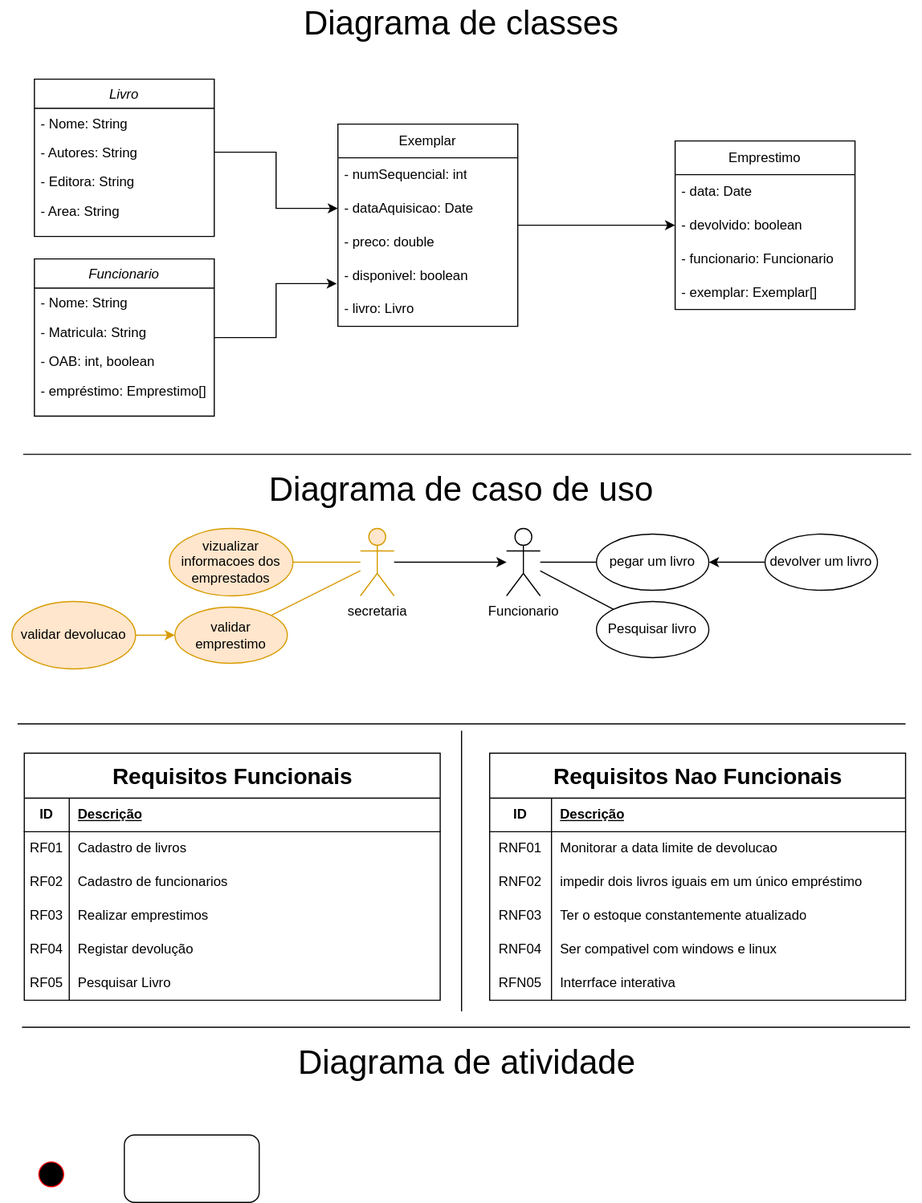
This is ExercicioDeFixacao.drawio.svg from Andra-sun/modelagem, a draw.io export, as it was before one commit. Source tidied: cells renumbered, new cells last; positions are measured from the earlier drawing's top-left corner, leaving out a move shared by most shapes.
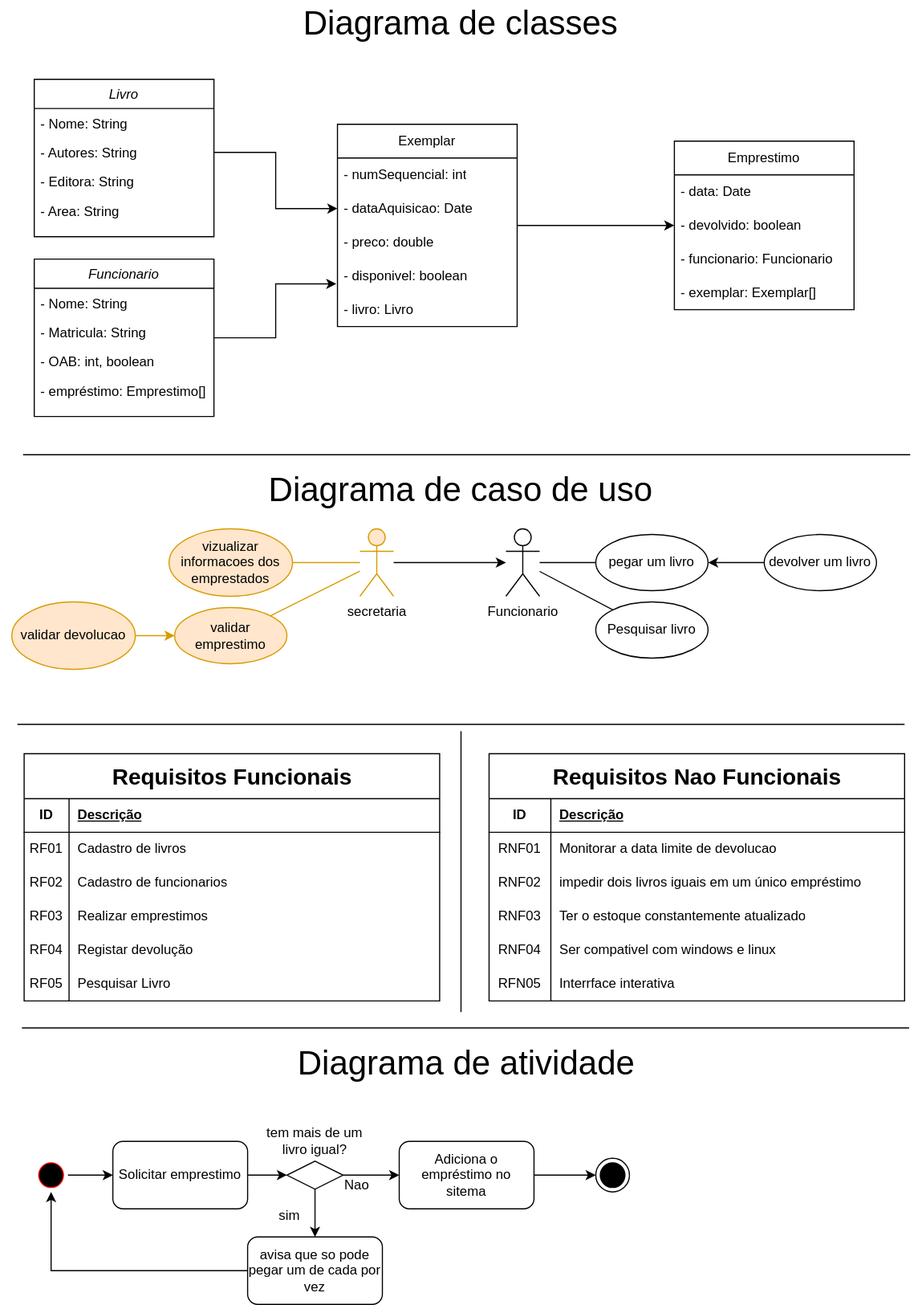
The same diagram one commit later.

What changed in the source:
```diff
@@ -254,11 +254,50 @@
     <mxCell id="85" value="&lt;font style=&quot;font-size: 30px;&quot;&gt;Diagrama de atividade&lt;br&gt;&lt;/font&gt;" style="text;strokeColor=none;align=center;fillColor=none;html=1;verticalAlign=middle;whiteSpace=wrap;rounded=0;" parent="1" vertex="1">
       <mxGeometry x="20" y="930" width="790" height="30" as="geometry" />
     </mxCell>
+    <mxCell id="88" style="edgeStyle=orthogonalEdgeStyle;rounded=0;jettySize=auto;html=1;" parent="1" edge="1" source="86" target="87">
+      <mxGeometry relative="1" as="geometry" />
+    </mxCell>
     <mxCell id="86" style="ellipse;html=1;shape=startState;fillColor=#000000;strokeColor=#ff0000;direction=west;" parent="1" vertex="1">
       <mxGeometry x="30" y="1030" width="30" height="30" as="geometry" />
     </mxCell>
+    <mxCell id="89" style="edgeStyle=orthogonalEdgeStyle;rounded=0;jettySize=auto;html=1;" parent="1" edge="1" source="87" target="92">
+      <mxGeometry relative="1" as="geometry" />
+    </mxCell>
-    <mxCell id="87" style="rounded=1;whiteSpace=wrap;html=1;" parent="1" vertex="1">
-      <mxGeometry x="110" y="1010" width="120" height="60" as="geometry" />
+    <mxCell id="87" value="Solicitar emprestimo" style="rounded=1;whiteSpace=wrap;html=1;" parent="1" vertex="1">
+      <mxGeometry x="100" y="1015" width="120" height="60" as="geometry" />
     </mxCell>
+    <mxCell id="90" style="edgeStyle=orthogonalEdgeStyle;rounded=0;jettySize=auto;html=1;" parent="1" edge="1" source="92" target="95">
+      <mxGeometry relative="1" as="geometry" />
+    </mxCell>
+    <mxCell id="91" style="edgeStyle=orthogonalEdgeStyle;rounded=0;jettySize=auto;html=1;" parent="1" edge="1" source="92" target="98">
+      <mxGeometry relative="1" as="geometry" />
+    </mxCell>
+    <mxCell id="92" style="rhombus;whiteSpace=wrap;html=1;" parent="1" vertex="1">
+      <mxGeometry x="255" y="1032.5" width="50" height="25" as="geometry" />
+    </mxCell>
+    <mxCell id="93" value="tem mais de um livro igual?" style="text;strokeColor=none;align=center;fillColor=none;html=1;verticalAlign=middle;whiteSpace=wrap;rounded=0;" parent="1" vertex="1">
+      <mxGeometry x="230" y="1000" width="100" height="30" as="geometry" />
+    </mxCell>
+    <mxCell id="94" style="edgeStyle=orthogonalEdgeStyle;rounded=0;jettySize=auto;html=1;entryX=0.5;entryY=0;entryDx=0;entryDy=0;" parent="1" edge="1" source="95" target="86">
+      <mxGeometry relative="1" as="geometry" />
+    </mxCell>
+    <mxCell id="95" value="avisa que so pode pegar um de cada por vez" style="rounded=1;whiteSpace=wrap;html=1;" parent="1" vertex="1">
+      <mxGeometry x="220" y="1100" width="120" height="60" as="geometry" />
+    </mxCell>
+    <mxCell id="96" value="sim" style="text;strokeColor=none;align=center;fillColor=none;html=1;verticalAlign=middle;whiteSpace=wrap;rounded=0;" parent="1" vertex="1">
+      <mxGeometry x="230" y="1075" width="55" height="12.5" as="geometry" />
+    </mxCell>
+    <mxCell id="97" style="edgeStyle=orthogonalEdgeStyle;rounded=0;jettySize=auto;html=1;" parent="1" edge="1" source="98" target="100">
+      <mxGeometry relative="1" as="geometry" />
+    </mxCell>
+    <mxCell id="98" value="Adiciona o empréstimo no sitema " style="rounded=1;whiteSpace=wrap;html=1;" parent="1" vertex="1">
+      <mxGeometry x="355" y="1015" width="120" height="60" as="geometry" />
+    </mxCell>
+    <mxCell id="99" value="Nao" style="text;strokeColor=none;align=center;fillColor=none;html=1;verticalAlign=middle;whiteSpace=wrap;rounded=0;" parent="1" vertex="1">
+      <mxGeometry x="290" y="1047.5" width="55" height="12.5" as="geometry" />
+    </mxCell>
+    <mxCell id="100" style="ellipse;html=1;shape=endState;fillColor=strokeColor;" parent="1" vertex="1">
+      <mxGeometry x="530" y="1030" width="30" height="30" as="geometry" />
+    </mxCell>
   </root>
 </mxGraphModel>
```
